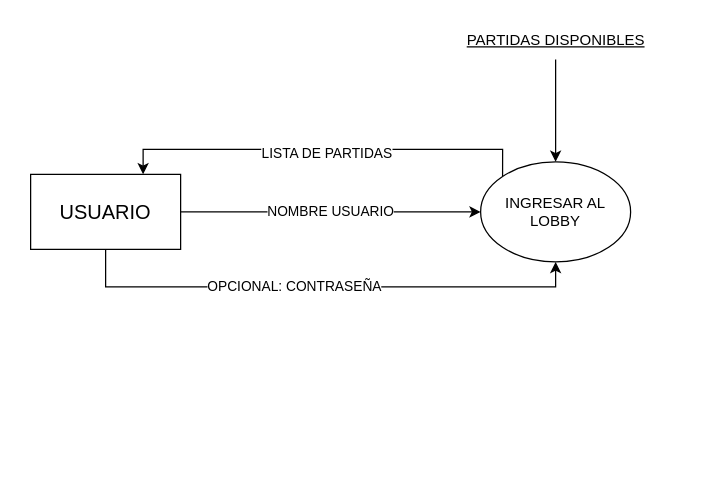
Above: take-home/casos_uso/2-ingresar_partida.drawio in irmrz/ingenieria-software-1 (draw.io), before the change. Source tidied: cells renumbered, new cells numbered last; positions are measured from the earlier drawing's top-left corner, leaving out a move shared by most shapes. Both pictures are drawn from the tidied source at 125%, with x=0, y=0 at pixel (30, 21).
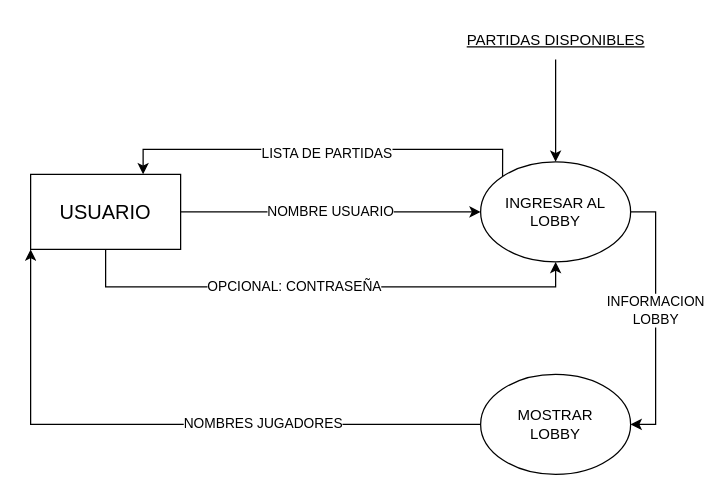
The same diagram, later.

Unchanged cells that the change refers to:
```xml
<mxCell id="6" value="&lt;font size=&quot;3&quot;&gt;USUARIO&lt;/font&gt;" style="rounded=0;whiteSpace=wrap;html=1;" parent="1" vertex="1">
  <mxGeometry y="122" width="120" height="60" as="geometry" />
</mxCell>
<mxCell id="9" value="&lt;div&gt;INGRESAR AL&lt;/div&gt;&lt;div&gt;LOBBY&lt;br&gt;&lt;/div&gt;" style="ellipse;whiteSpace=wrap;html=1;" parent="1" vertex="1">
  <mxGeometry x="360" y="112" width="120" height="80" as="geometry" />
</mxCell>
```

Change to the diagram source:
```diff
@@
+    <mxCell id="12" style="edgeStyle=orthogonalEdgeStyle;rounded=0;jettySize=auto;html=1;entryX=1;entryY=0.5;entryDx=0;entryDy=0;" parent="1" edge="1" source="9" target="16">
+      <mxGeometry relative="1" as="geometry">
+        <Array as="points">
+          <mxPoint x="500" y="152" />
+          <mxPoint x="500" y="322" />
+        </Array>
+      </mxGeometry>
+    </mxCell>
+    <mxCell id="13" value="&lt;div&gt;INFORMACION &lt;br&gt;&lt;/div&gt;&lt;div&gt;LOBBY&lt;br&gt;&lt;/div&gt;" style="edgeLabel;html=1;align=center;verticalAlign=middle;" parent="12" vertex="1">
+      <mxGeometry x="-0.07" y="-1" relative="1" as="geometry" />
+    </mxCell>
@@
+    <mxCell id="14" style="edgeStyle=orthogonalEdgeStyle;rounded=0;jettySize=auto;html=1;exitX=0;exitY=0.5;exitDx=0;exitDy=0;entryX=0;entryY=1;entryDx=0;entryDy=0;" parent="1" edge="1" source="16" target="6">
+      <mxGeometry relative="1" as="geometry" />
+    </mxCell>
+    <mxCell id="15" value="NOMBRES JUGADORES" style="edgeLabel;html=1;align=center;verticalAlign=middle;" parent="14" vertex="1">
+      <mxGeometry x="-0.3" y="-2" relative="1" as="geometry" />
+    </mxCell>
+    <mxCell id="16" value="&lt;div&gt;MOSTRAR&lt;/div&gt;&lt;div&gt;LOBBY&lt;br&gt;&lt;/div&gt;" style="ellipse;whiteSpace=wrap;html=1;" parent="1" vertex="1">
+      <mxGeometry x="360" y="282" width="120" height="80" as="geometry" />
+    </mxCell>
```
